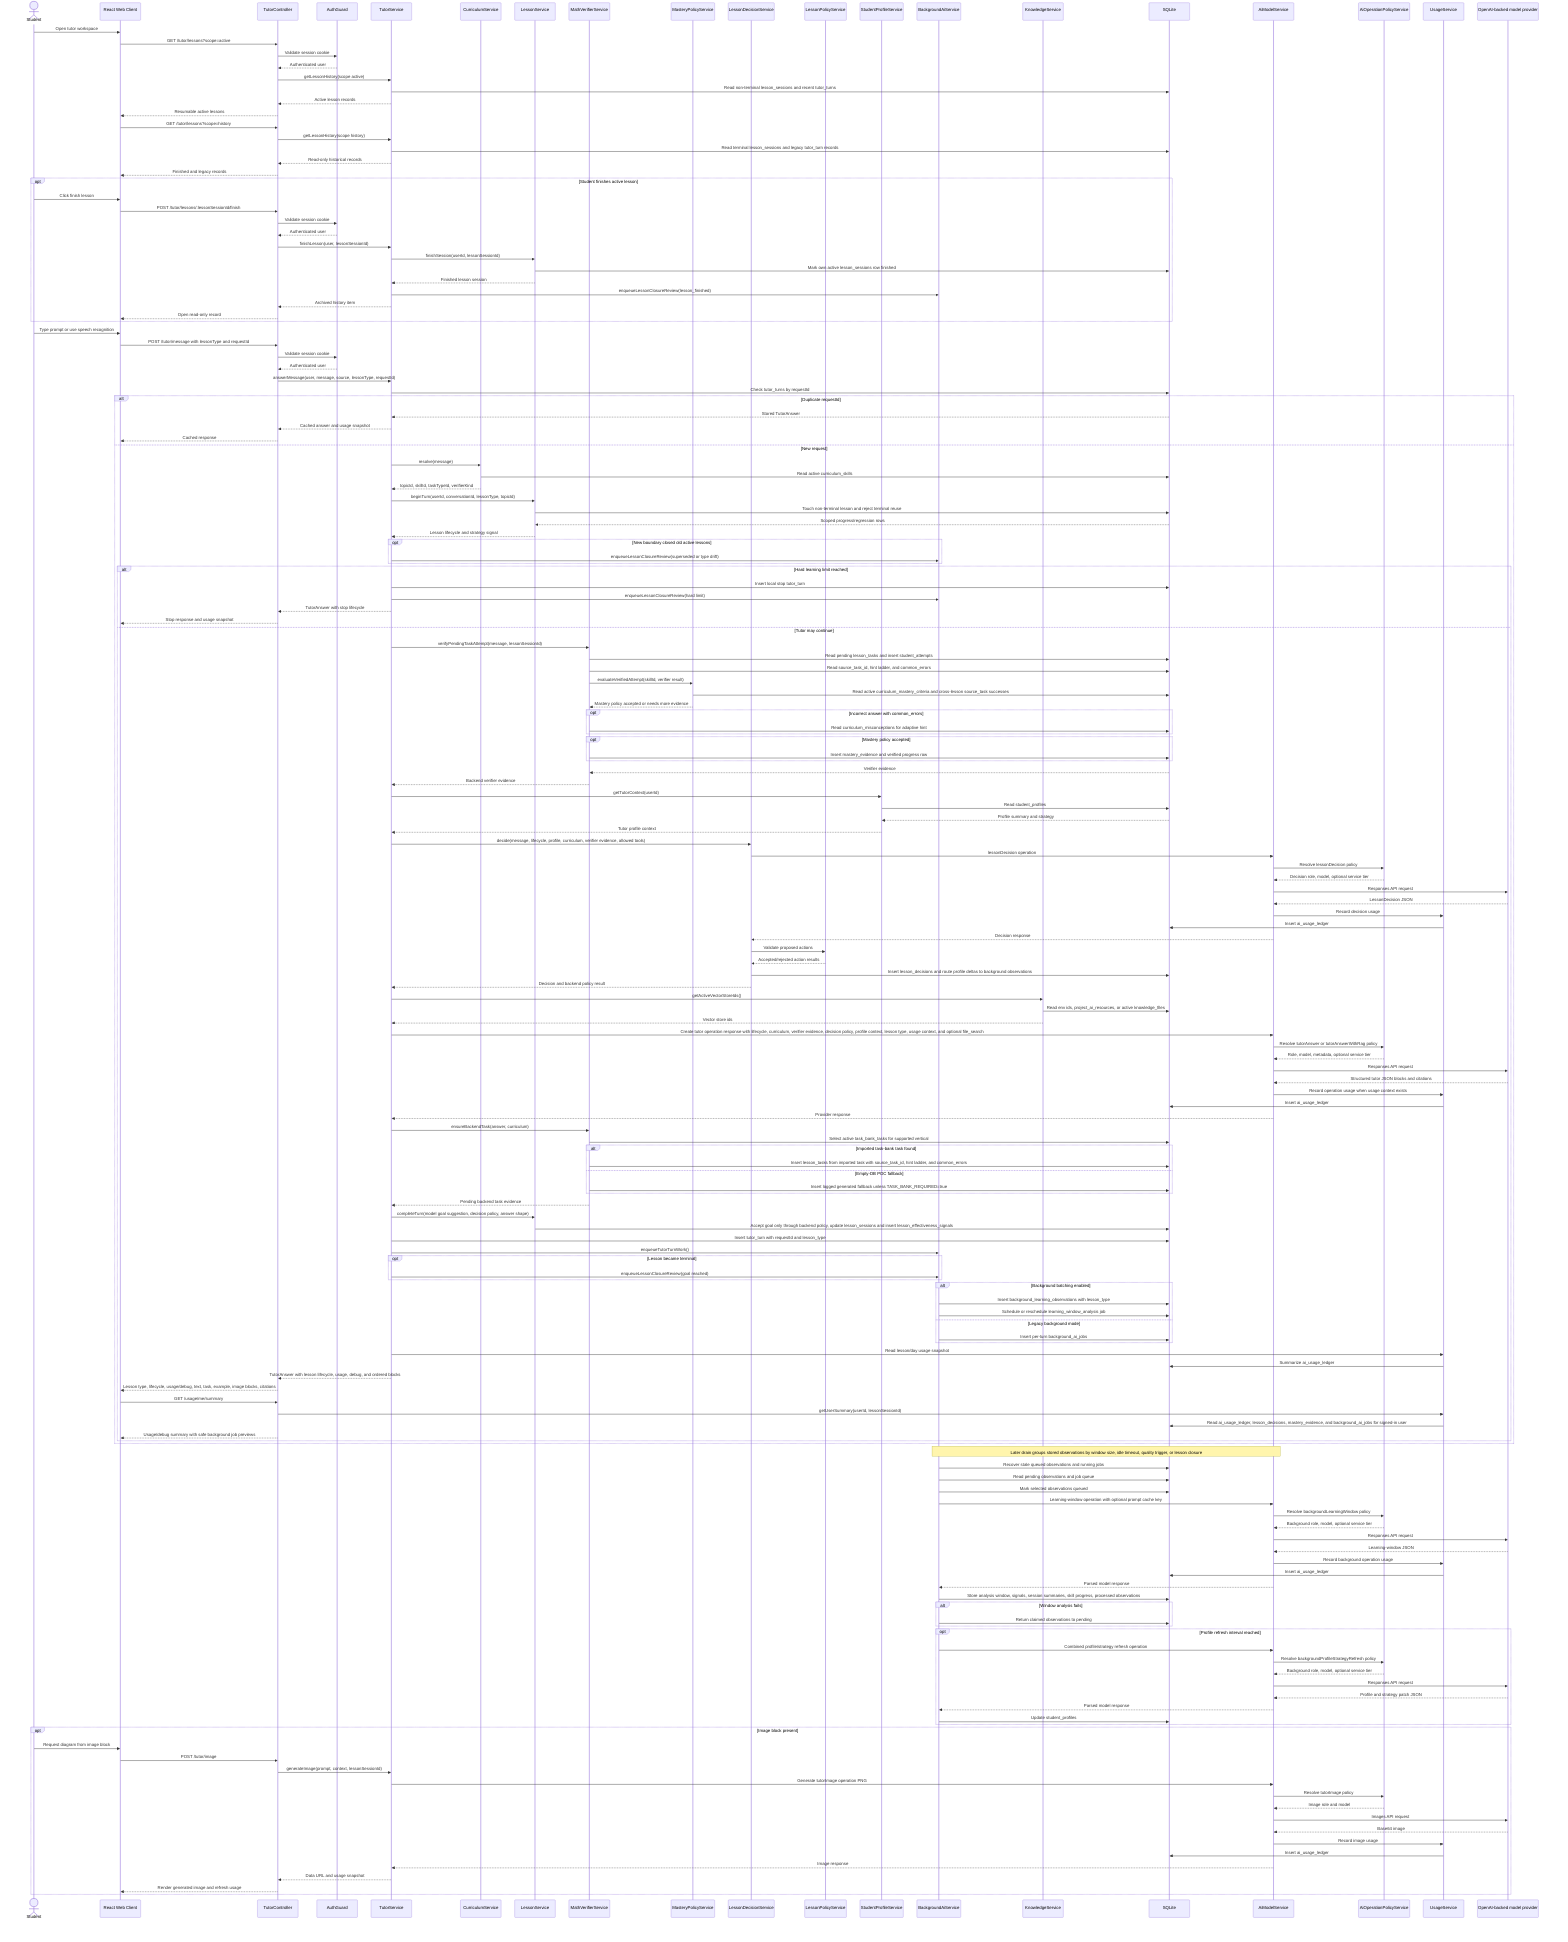
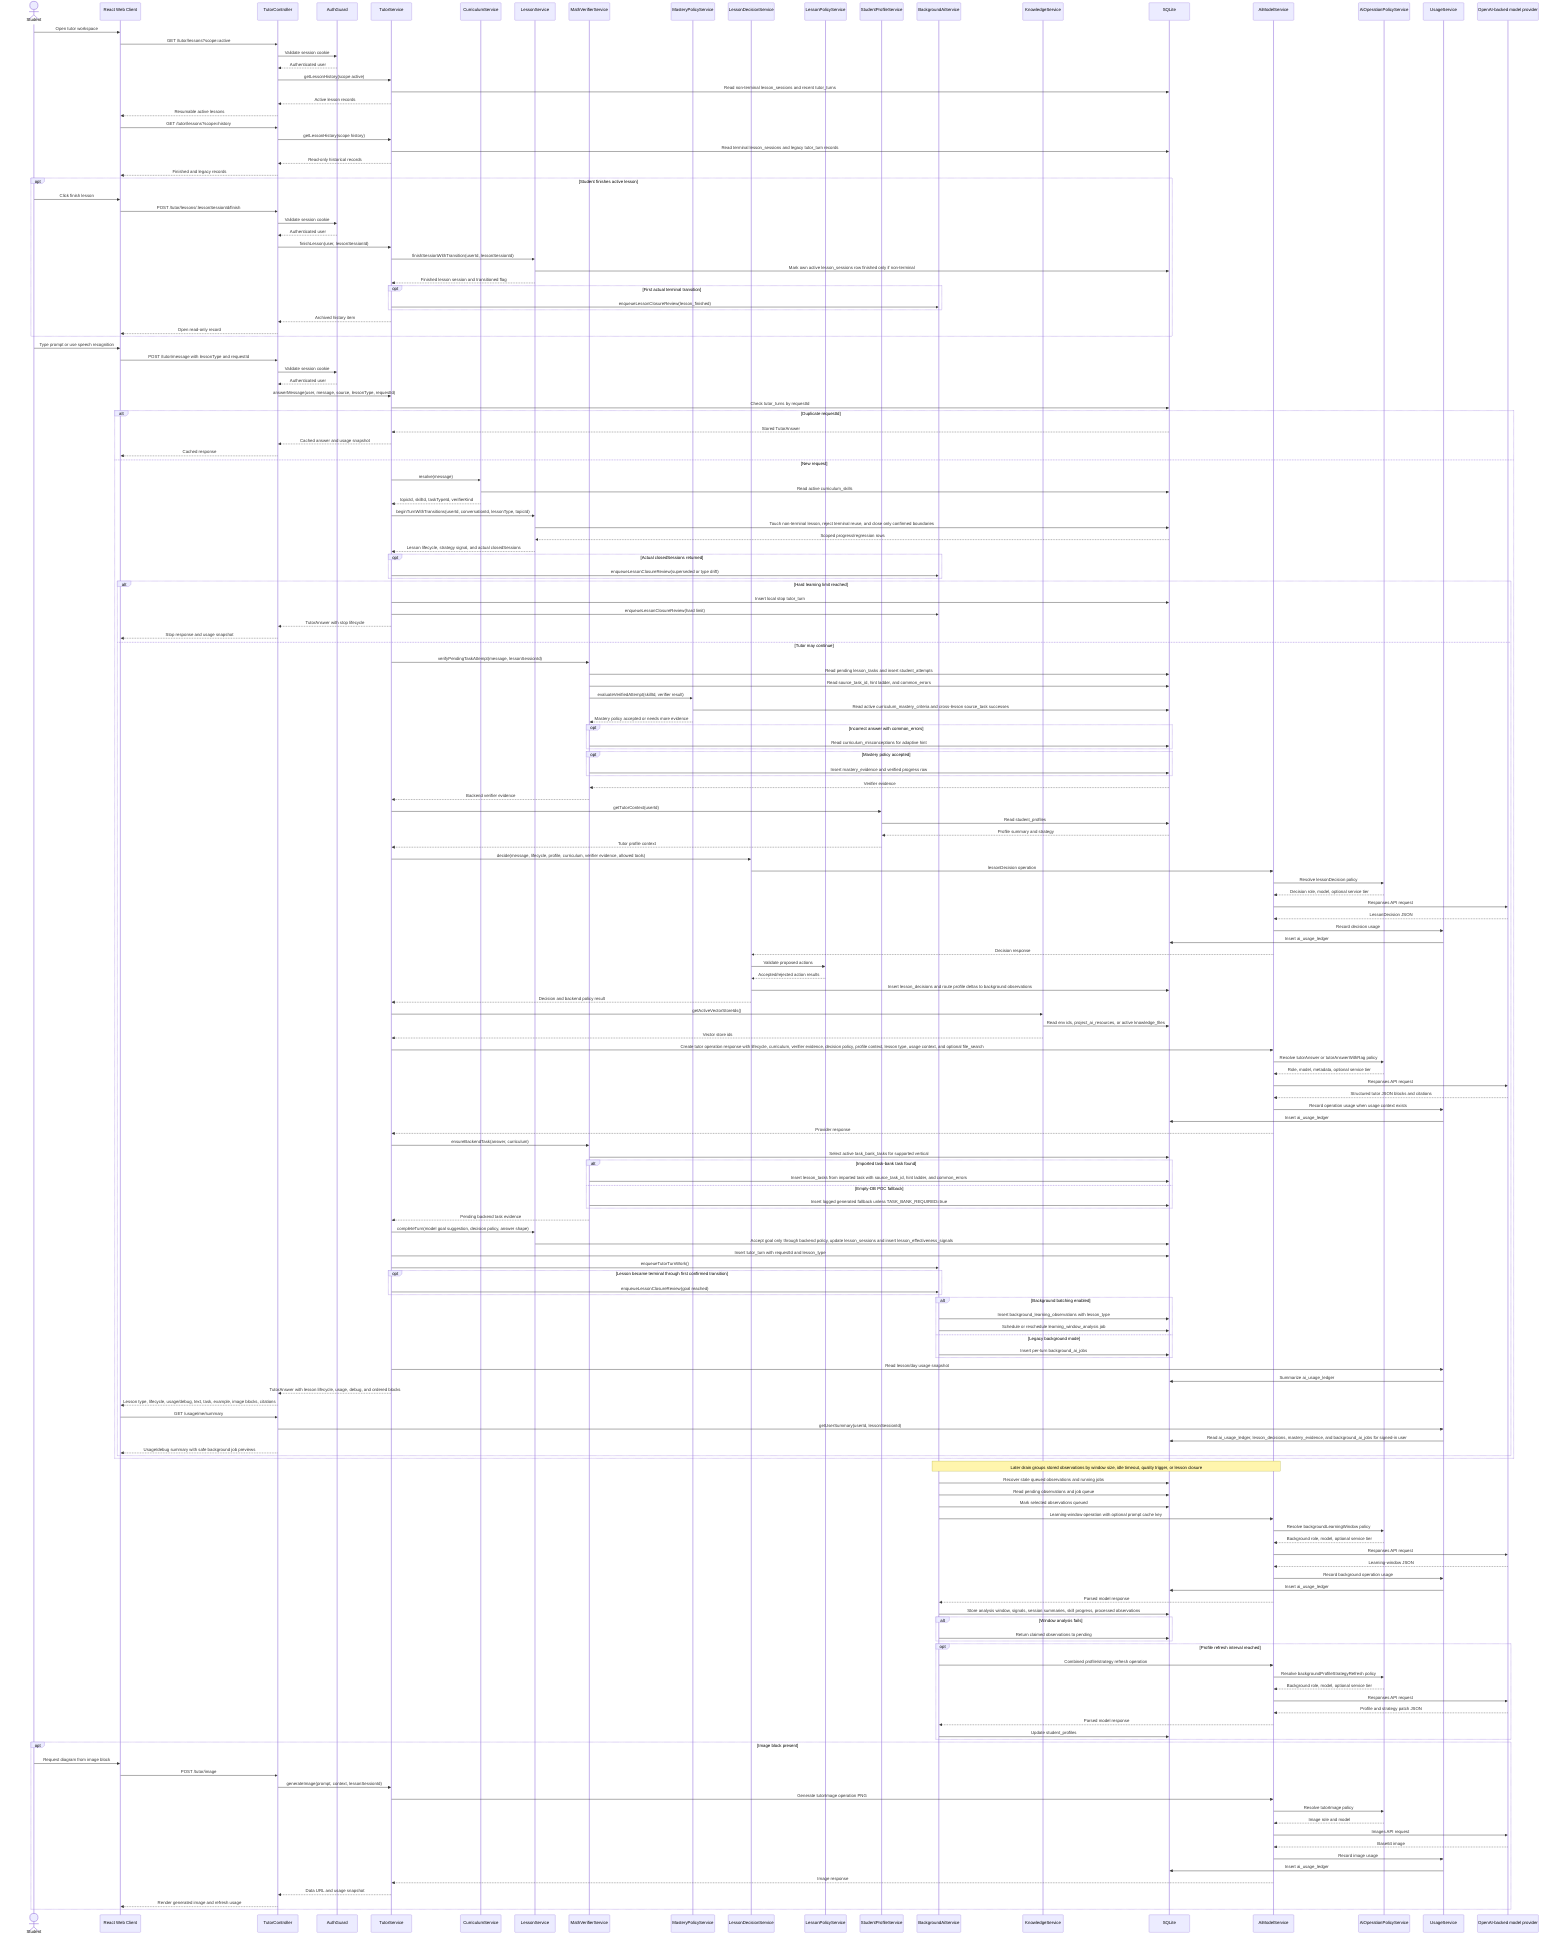
sequenceDiagram
  actor Student
  participant Web as React Web Client
  participant API as TutorController
  participant Auth as AuthGuard
  participant Tutor as TutorService
  participant Curriculum as CurriculumService
  participant Lesson as LessonService
  participant Verifier as MathVerifierService
  participant MasteryPolicy as MasteryPolicyService
  participant Decision as LessonDecisionService
  participant LessonPolicy as LessonPolicyService
  participant Profile as StudentProfileService
  participant Background as BackgroundAiService
  participant Knowledge as KnowledgeService
  participant DB as SQLite
  participant AIModel as AiModelService
  participant Policy as AiOperationPolicyService
  participant Usage as UsageService
  participant OpenAI as OpenAI-backed model provider

  Student->>Web: Open tutor workspace
  Web->>API: GET /tutor/lessons?scope=active
  API->>Auth: Validate session cookie
  Auth-->>API: Authenticated user
  API->>Tutor: getLessonHistory(scope active)
  Tutor->>DB: Read non-terminal lesson_sessions and recent tutor_turns
  Tutor-->>API: Active lesson records
  API-->>Web: Resumable active lessons
  Web->>API: GET /tutor/lessons?scope=history
  API->>Tutor: getLessonHistory(scope history)
  Tutor->>DB: Read terminal lesson_sessions and legacy tutor_turn records
  Tutor-->>API: Read-only historical records
  API-->>Web: Finished and legacy records
  opt Student finishes active lesson
    Student->>Web: Click finish lesson
    Web->>API: POST /tutor/lessons/:lessonSessionId/finish
    API->>Auth: Validate session cookie
    Auth-->>API: Authenticated user
    API->>Tutor: finishLesson(user, lessonSessionId)
-     Tutor->>Lesson: finishSession(userId, lessonSessionId)
-     Lesson->>DB: Mark own active lesson_sessions row finished
-     Lesson-->>Tutor: Finished lesson session
-     Tutor->>Background: enqueueLessonClosureReview(lesson_finished)
+     Tutor->>Lesson: finishSessionWithTransition(userId, lessonSessionId)
+     Lesson->>DB: Mark own active lesson_sessions row finished only if non-terminal
+     Lesson-->>Tutor: Finished lesson session and transitioned flag
+     opt First actual terminal transition
+       Tutor->>Background: enqueueLessonClosureReview(lesson_finished)
+     end
    Tutor-->>API: Archived history item
    API-->>Web: Open read-only record
  end

  Student->>Web: Type prompt or use speech recognition
  Web->>API: POST /tutor/message with lessonType and requestId
  API->>Auth: Validate session cookie
  Auth-->>API: Authenticated user
  API->>Tutor: answerMessage(user, message, source, lessonType, requestId)
  Tutor->>DB: Check tutor_turns by requestId
  alt Duplicate requestId
    DB-->>Tutor: Stored TutorAnswer
    Tutor-->>API: Cached answer and usage snapshot
    API-->>Web: Cached response
  else New request
  Tutor->>Curriculum: resolve(message)
  Curriculum->>DB: Read active curriculum_skills
  Curriculum-->>Tutor: topicId, skillId, taskTypeId, verifierKind
-   Tutor->>Lesson: beginTurn(userId, conversationId, lessonType, topicId)
-   Lesson->>DB: Touch non-terminal lesson and reject terminal reuse
+   Tutor->>Lesson: beginTurnWithTransitions(userId, conversationId, lessonType, topicId)
+   Lesson->>DB: Touch non-terminal lesson, reject terminal reuse, and close only confirmed boundaries
  DB-->>Lesson: Scoped progress/regression rows
-   Lesson-->>Tutor: Lesson lifecycle and strategy signal
-   opt New boundary closed old active lessons
+   Lesson-->>Tutor: Lesson lifecycle, strategy signal, and actual closedSessions
+   opt Actual closedSessions returned
    Tutor->>Background: enqueueLessonClosureReview(superseded or type drift)
  end
  alt Hard learning limit reached
    Tutor->>DB: Insert local stop tutor_turn
    Tutor->>Background: enqueueLessonClosureReview(hard limit)
    Tutor-->>API: TutorAnswer with stop lifecycle
    API-->>Web: Stop response and usage snapshot
  else Tutor may continue
  Tutor->>Verifier: verifyPendingTaskAttempt(message, lessonSessionId)
  Verifier->>DB: Read pending lesson_tasks and insert student_attempts
  Verifier->>DB: Read source_task_id, hint ladder, and common_errors
  Verifier->>MasteryPolicy: evaluateVerifiedAttempt(skillId, verifier result)
  MasteryPolicy->>DB: Read active curriculum_mastery_criteria and cross-lesson source_task successes
  MasteryPolicy-->>Verifier: Mastery policy accepted or needs more evidence
  opt Incorrect answer with common_errors
    Verifier->>DB: Read curriculum_misconceptions for adaptive hint
  end
  opt Mastery policy accepted
    Verifier->>DB: Insert mastery_evidence and verified progress row
  end
  DB-->>Verifier: Verifier evidence
  Verifier-->>Tutor: Backend verifier evidence
  Tutor->>Profile: getTutorContext(userId)
  Profile->>DB: Read student_profiles
  DB-->>Profile: Profile summary and strategy
  Profile-->>Tutor: Tutor profile context
  Tutor->>Decision: decide(message, lifecycle, profile, curriculum, verifier evidence, allowed tools)
  Decision->>AIModel: lessonDecision operation
  AIModel->>Policy: Resolve lessonDecision policy
  Policy-->>AIModel: Decision role, model, optional service tier
  AIModel->>OpenAI: Responses API request
  OpenAI-->>AIModel: LessonDecision JSON
  AIModel->>Usage: Record decision usage
  Usage->>DB: Insert ai_usage_ledger
  AIModel-->>Decision: Decision response
  Decision->>LessonPolicy: Validate proposed actions
  LessonPolicy-->>Decision: Accepted/rejected action results
  Decision->>DB: Insert lesson_decisions and route profile deltas to background observations
  Decision-->>Tutor: Decision and backend policy result
  Tutor->>Knowledge: getActiveVectorStoreIds()
  Knowledge->>DB: Read env ids, project_ai_resources, or active knowledge_files
  Knowledge-->>Tutor: Vector store ids
  Tutor->>AIModel: Create tutor operation response with lifecycle, curriculum, verifier evidence, decision policy, profile context, lesson type, usage context, and optional file_search
  AIModel->>Policy: Resolve tutorAnswer or tutorAnswerWithRag policy
  Policy-->>AIModel: Role, model, metadata, optional service tier
  AIModel->>OpenAI: Responses API request
  OpenAI-->>AIModel: Structured tutor JSON blocks and citations
  AIModel->>Usage: Record operation usage when usage context exists
  Usage->>DB: Insert ai_usage_ledger
  AIModel-->>Tutor: Provider response
  Tutor->>Verifier: ensureBackendTask(answer, curriculum)
  Verifier->>DB: Select active task_bank_tasks for supported vertical
  alt Imported task-bank task found
    Verifier->>DB: Insert lesson_tasks from imported task with source_task_id, hint ladder, and common_errors
  else Empty-DB POC fallback
    Verifier->>DB: Insert logged generated fallback unless TASK_BANK_REQUIRED=true
  end
  Verifier-->>Tutor: Pending backend task evidence
  Tutor->>Lesson: completeTurn(model goal suggestion, decision policy, answer shape)
  Lesson->>DB: Accept goal only through backend policy, update lesson_sessions and insert lesson_effectiveness_signals
  Tutor->>DB: Insert tutor_turn with requestId and lesson_type
  Tutor->>Background: enqueueTutorTurnWork()
-   opt Lesson became terminal
+   opt Lesson became terminal through first confirmed transition
    Tutor->>Background: enqueueLessonClosureReview(goal reached)
  end
  alt Background batching enabled
    Background->>DB: Insert background_learning_observations with lesson_type
    Background->>DB: Schedule or reschedule learning_window_analysis job
  else Legacy background mode
    Background->>DB: Insert per-turn background_ai_jobs
  end
  Tutor->>Usage: Read lesson/day usage snapshot
  Usage->>DB: Summarize ai_usage_ledger
  Tutor-->>API: TutorAnswer with lesson lifecycle, usage, debug, and ordered blocks
  API-->>Web: Lesson type, lifecycle, usage/debug, text, task, example, image blocks, citations
  Web->>API: GET /usage/me/summary
  API->>Usage: getUserSummary(userId, lessonSessionId)
  Usage->>DB: Read ai_usage_ledger, lesson_decisions, mastery_evidence, and background_ai_jobs for signed-in user
  API-->>Web: Usage/debug summary with safe background job previews
  end
  end
  Note over Background,AIModel: Later drain groups stored observations by window size, idle timeout, quality trigger, or lesson closure
  Background->>DB: Recover stale queued observations and running jobs
  Background->>DB: Read pending observations and job queue
  Background->>DB: Mark selected observations queued
  Background->>AIModel: Learning-window operation with optional prompt cache key
  AIModel->>Policy: Resolve backgroundLearningWindow policy
  Policy-->>AIModel: Background role, model, optional service tier
  AIModel->>OpenAI: Responses API request
  OpenAI-->>AIModel: Learning-window JSON
  AIModel->>Usage: Record background operation usage
  Usage->>DB: Insert ai_usage_ledger
  AIModel-->>Background: Parsed model response
  Background->>DB: Store analysis window, signals, session summaries, skill progress, processed observations
  alt Window analysis fails
    Background->>DB: Return claimed observations to pending
  end
  opt Profile refresh interval reached
    Background->>AIModel: Combined profile/strategy refresh operation
    AIModel->>Policy: Resolve backgroundProfileStrategyRefresh policy
    Policy-->>AIModel: Background role, model, optional service tier
    AIModel->>OpenAI: Responses API request
    OpenAI-->>AIModel: Profile and strategy patch JSON
    AIModel-->>Background: Parsed model response
    Background->>DB: Update student_profiles
  end
  opt Image block present
    Student->>Web: Request diagram from image block
    Web->>API: POST /tutor/image
    API->>Tutor: generateImage(prompt, context, lessonSessionId)
    Tutor->>AIModel: Generate tutorImage operation PNG
    AIModel->>Policy: Resolve tutorImage policy
    Policy-->>AIModel: Image role and model
    AIModel->>OpenAI: Images API request
    OpenAI-->>AIModel: Base64 image
    AIModel->>Usage: Record image usage
    Usage->>DB: Insert ai_usage_ledger
    AIModel-->>Tutor: Image response
    Tutor-->>API: Data URL and usage snapshot
    API-->>Web: Render generated image and refresh usage
  end
